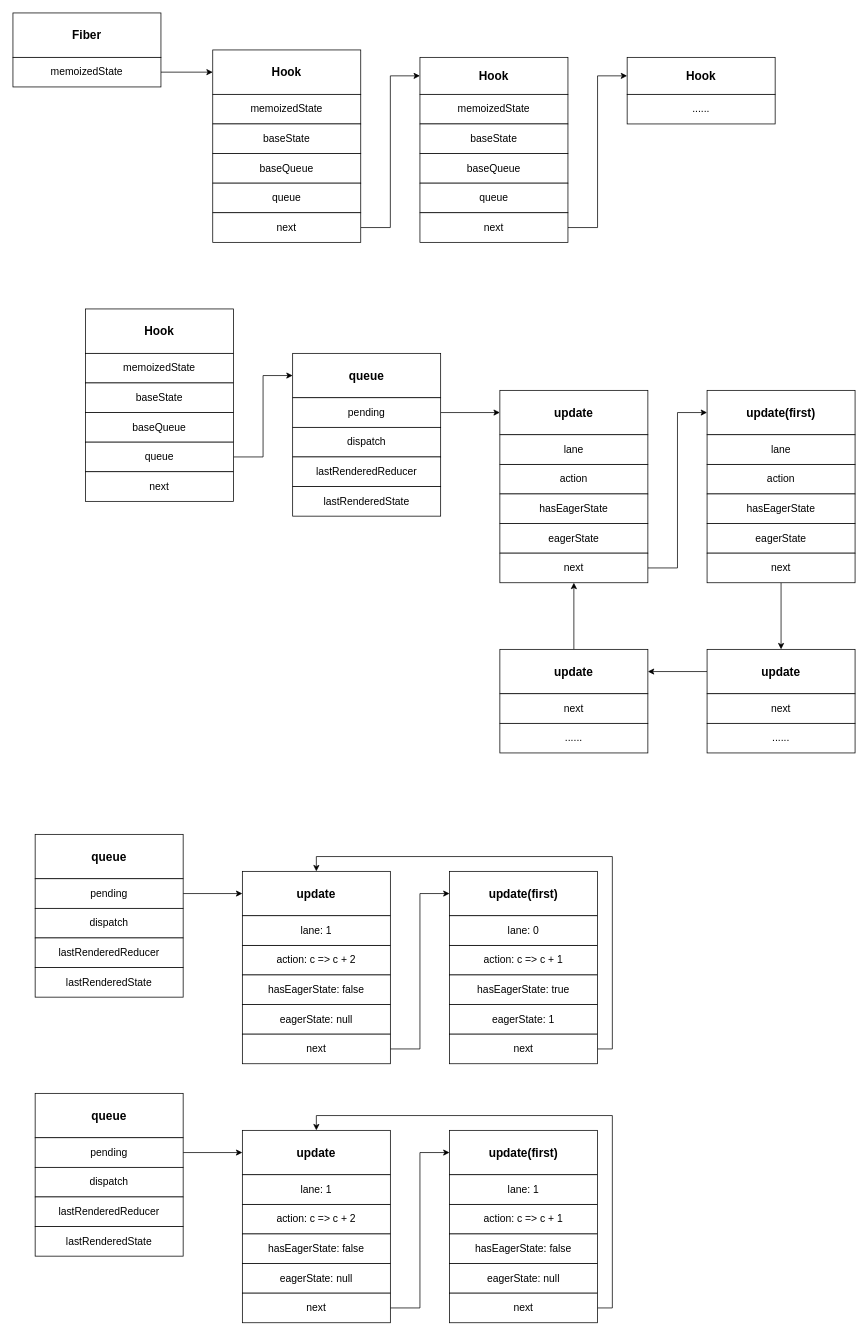
Before: react/react hooks.drawio in W4yneChen/draw, a draw.io diagram. Source tidied: cells renumbered, new cells numbered last; positions are measured from the earlier drawing's top-left corner, leaving out a move shared by most shapes. Both pictures are drawn from the tidied source at 74%, with x=0, y=0 at pixel (13, 13).
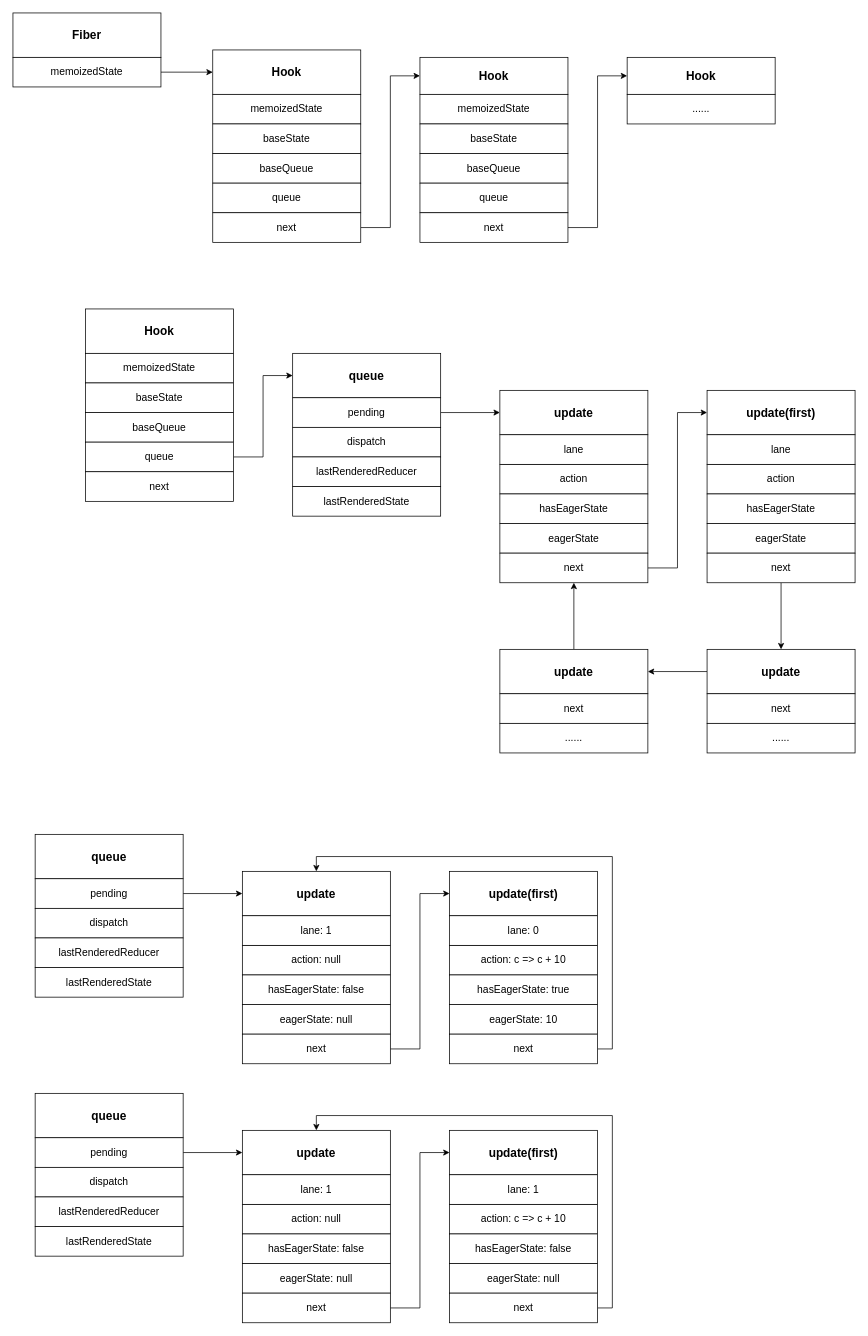
The same diagram, later.

Diff of the diagram source:
```diff
@@
-    <mxCell id="53" value="action: c =&amp;gt; c + 2" style="rounded=0;whiteSpace=wrap;html=1;fontSize=14;" parent="1" vertex="1">
+    <mxCell id="53" value="action: null" style="rounded=0;whiteSpace=wrap;html=1;fontSize=14;" parent="1" vertex="1">
       <mxGeometry x="310" y="1260" width="200" height="40" as="geometry" />
     </mxCell>
@@
-    <mxCell id="63" value="action: c =&amp;gt; c + 1" style="rounded=0;whiteSpace=wrap;html=1;fontSize=14;" parent="1" vertex="1">
+    <mxCell id="63" value="action: c =&amp;gt; c + 10" style="rounded=0;whiteSpace=wrap;html=1;fontSize=14;" parent="1" vertex="1">
       <mxGeometry x="590" y="1260" width="200" height="40" as="geometry" />
     </mxCell>
@@
-    <mxCell id="65" value="eagerState: 1" style="rounded=0;whiteSpace=wrap;html=1;fontSize=14;" parent="1" vertex="1">
+    <mxCell id="65" value="eagerState: 10" style="rounded=0;whiteSpace=wrap;html=1;fontSize=14;" parent="1" vertex="1">
       <mxGeometry x="590" y="1340" width="200" height="40" as="geometry" />
     </mxCell>
@@
-    <mxCell id="73" value="action: c =&amp;gt; c + 2" style="rounded=0;whiteSpace=wrap;html=1;fontSize=14;" parent="1" vertex="1">
+    <mxCell id="73" value="action: null" style="rounded=0;whiteSpace=wrap;html=1;fontSize=14;" parent="1" vertex="1">
       <mxGeometry x="310" y="1610" width="200" height="40" as="geometry" />
     </mxCell>
@@
-    <mxCell id="83" value="action: c =&amp;gt; c + 1" style="rounded=0;whiteSpace=wrap;html=1;fontSize=14;" parent="1" vertex="1">
+    <mxCell id="83" value="action: c =&amp;gt; c + 10" style="rounded=0;whiteSpace=wrap;html=1;fontSize=14;" parent="1" vertex="1">
       <mxGeometry x="590" y="1610" width="200" height="40" as="geometry" />
     </mxCell>
```
